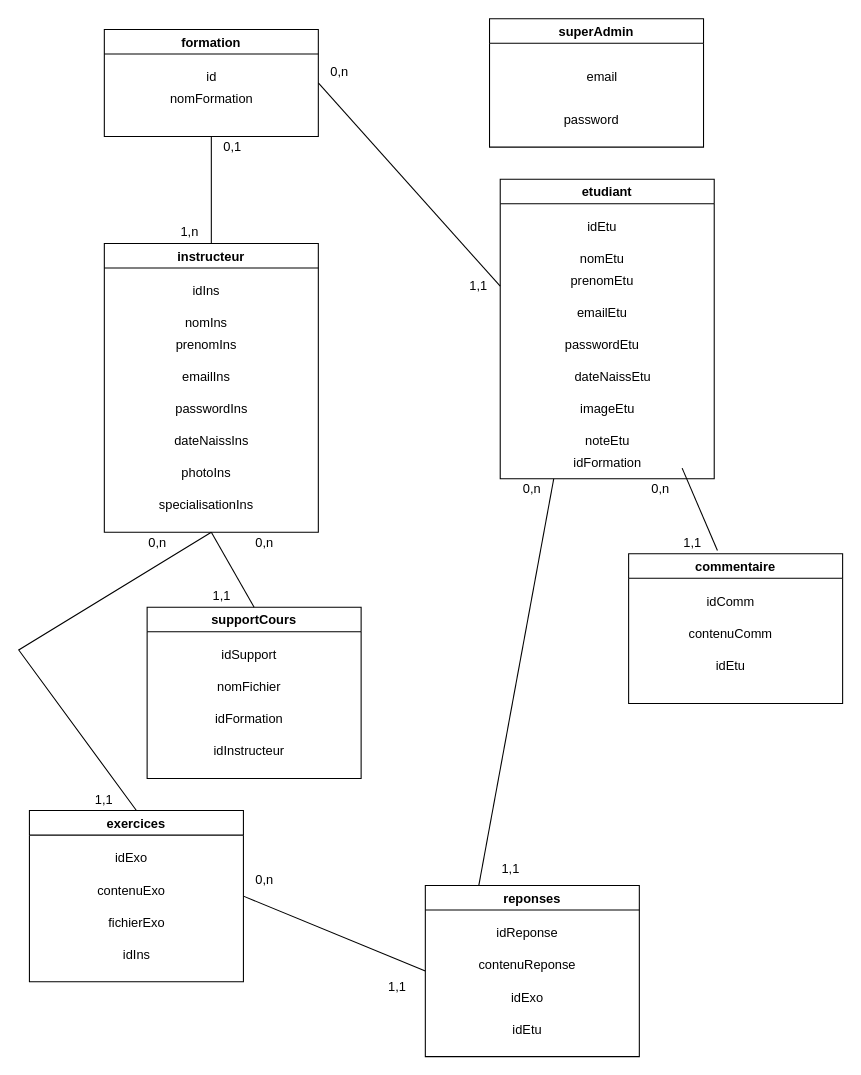
Before: Diagramme sans nom.drawio in Lvmzoo-Dev/hackaton_gomycode, a draw.io diagram. Source tidied: cells renumbered, new cells numbered last; positions are measured from the earlier drawing's top-left corner, leaving out a move shared by most shapes. Both pictures are drawn from the tidied source at 107%, with x=0, y=0 at pixel (18, 18).
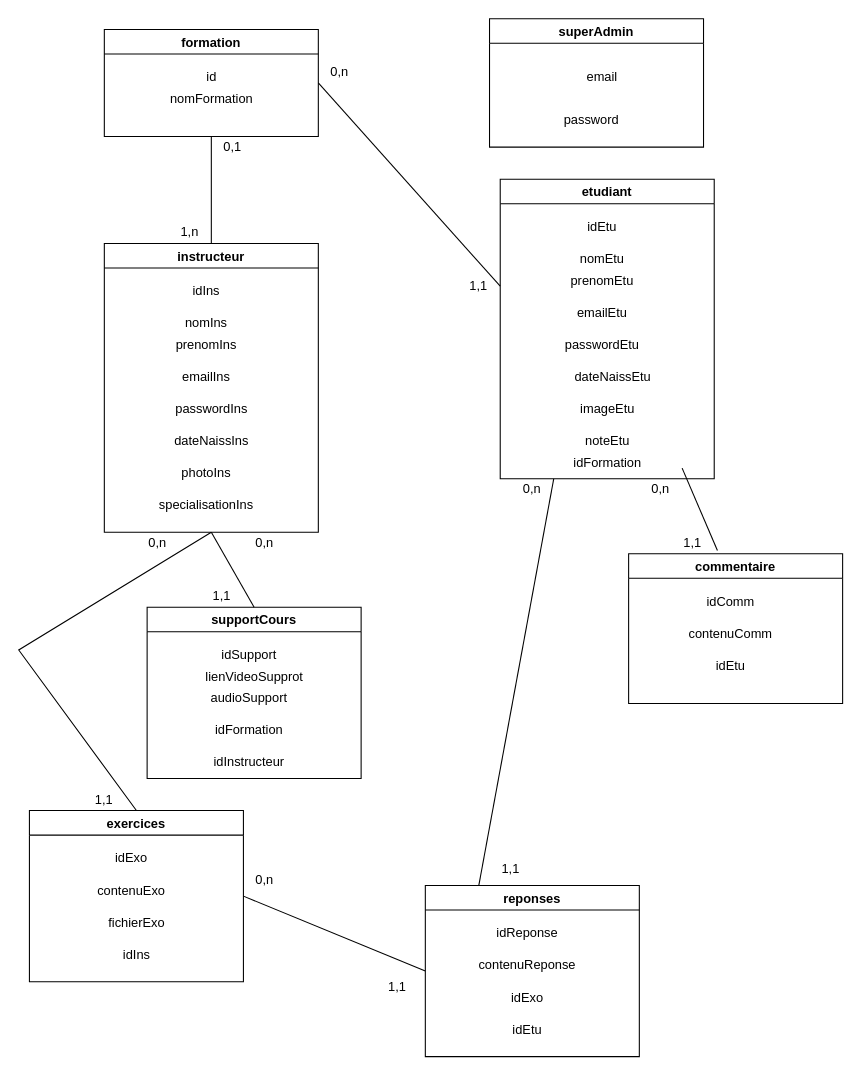
The same diagram, later.

Commit message:
Mettre à jour Diagramme.drawio

Unchanged cells that the change refers to:
```xml
<mxCell id="27" value="supportCours" style="swimlane;" parent="1" vertex="1">
  <mxGeometry x="120" y="550" width="200" height="160" as="geometry" />
</mxCell>
```

Change to the diagram source:
```diff
@@
-    <mxCell id="29" value="nomFichier" style="text;html=1;align=center;verticalAlign=middle;strokeColor=none;fillColor=none;" parent="27" vertex="1">
-      <mxGeometry x="55" y="60" width="80" height="30" as="geometry" />
+    <mxCell id="29" value="lienVideoSupprot" style="text;html=1;align=center;verticalAlign=middle;strokeColor=none;fillColor=none;" parent="27" vertex="1">
+      <mxGeometry x="45" y="50" width="110" height="30" as="geometry" />
     </mxCell>
     <mxCell id="30" value="idFormation" style="text;html=1;align=center;verticalAlign=middle;strokeColor=none;fillColor=none;" parent="27" vertex="1">
-      <mxGeometry x="50" y="90" width="90" height="30" as="geometry" />
+      <mxGeometry x="50" y="100" width="90" height="30" as="geometry" />
     </mxCell>
     <mxCell id="31" value="idInstructeur" style="text;html=1;align=center;verticalAlign=middle;strokeColor=none;fillColor=none;" parent="27" vertex="1">
-      <mxGeometry x="50" y="120" width="90" height="30" as="geometry" />
+      <mxGeometry x="50" y="130" width="90" height="30" as="geometry" />
     </mxCell>
+    <mxCell id="67" value="audioSupport" style="text;html=1;align=center;verticalAlign=middle;strokeColor=none;fillColor=none;" parent="27" vertex="1">
+      <mxGeometry x="50" y="70" width="90" height="30" as="geometry" />
+    </mxCell>
```
